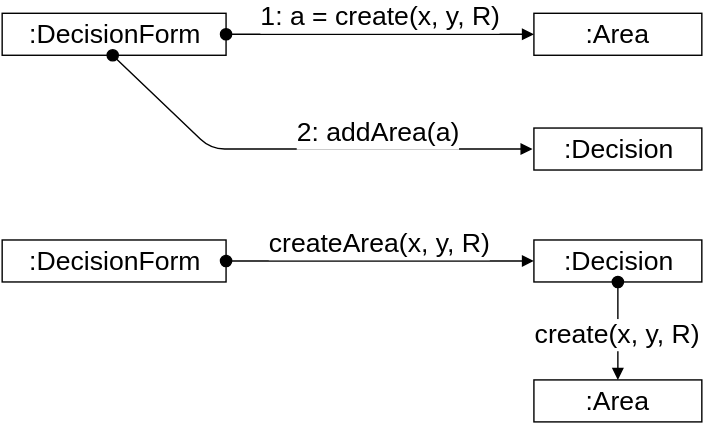
epquick/oop-slides keeps this draw.io diagram as pictures/AstroCrowd-low-coupling.svg. Above is the earlier version. Source tidied: cells renumbered, new cells last; positions are measured from the earlier drawing's top-left corner, leaving out a move shared by most shapes. The source it was exported from:
```xml
<mxGraphModel background="#ffffff">
  <root>
    <mxCell id="0" />
    <mxCell id="1" parent="0" />
    <mxCell id="2" value=":DecisionForm" style="whiteSpace=wrap;html=1;strokeColor=#000000;fontSize=19;fontColor=#000000;" parent="1" vertex="1">
      <mxGeometry width="160" height="30" as="geometry" />
    </mxCell>
    <mxCell id="3" value="1: a = create(x, y, R)" style="html=1;verticalAlign=bottom;startArrow=oval;endArrow=block;startSize=8;strokeColor=#000000;fontSize=19;fontColor=#000000;entryX=0;entryY=0.5;exitX=1;exitY=0.5;" parent="1" edge="1" source="2" target="5">
      <mxGeometry x="385" y="495" as="geometry" />
    </mxCell>
    <mxCell id="4" value=":Decision" style="whiteSpace=wrap;html=1;strokeColor=#000000;fontSize=19;fontColor=#000000;" parent="1" vertex="1">
      <mxGeometry x="380" y="82" width="120" height="30" as="geometry" />
    </mxCell>
    <mxCell id="5" value=":Area" style="whiteSpace=wrap;html=1;strokeColor=#000000;fontSize=19;fontColor=#000000;" parent="1" vertex="1">
      <mxGeometry x="380" width="120" height="30" as="geometry" />
    </mxCell>
    <mxCell id="6" value="2: addArea(a)" style="html=1;verticalAlign=bottom;startArrow=oval;endArrow=block;startSize=8;strokeColor=#000000;fontSize=19;fontColor=#000000;entryX=0;entryY=0.5;exitX=0.5;exitY=1;" parent="1" edge="1">
      <mxGeometry x="-1" as="geometry">
        <mxPoint x="79" y="30" as="sourcePoint" />
        <mxPoint x="379" y="97" as="targetPoint" />
        <Array as="points">
          <mxPoint x="149" y="97" />
        </Array>
        <mxPoint x="40" y="34" as="offset" />
      </mxGeometry>
    </mxCell>
    <mxCell id="7" value=":DecisionForm" style="whiteSpace=wrap;html=1;strokeColor=#000000;fontSize=19;fontColor=#000000;" parent="1" vertex="1">
      <mxGeometry y="162" width="160" height="30" as="geometry" />
    </mxCell>
    <mxCell id="8" value=":Decision" style="whiteSpace=wrap;html=1;strokeColor=#000000;fontSize=19;fontColor=#000000;" parent="1" vertex="1">
      <mxGeometry x="380" y="162" width="120" height="30" as="geometry" />
    </mxCell>
    <mxCell id="9" value="createArea(x, y, R)" style="html=1;verticalAlign=bottom;startArrow=oval;endArrow=block;startSize=8;strokeColor=#000000;fontSize=19;fontColor=#000000;entryX=0;entryY=0.5;exitX=1;exitY=0.5;" parent="1" edge="1" source="7" target="8">
      <mxGeometry x="408" y="682" as="geometry" />
    </mxCell>
    <mxCell id="10" value=":Area" style="whiteSpace=wrap;html=1;strokeColor=#000000;fontSize=19;fontColor=#000000;" parent="1" vertex="1">
      <mxGeometry x="380" y="262" width="120" height="30" as="geometry" />
    </mxCell>
    <mxCell id="11" value="create(x, y, R)" style="html=1;verticalAlign=bottom;startArrow=oval;endArrow=block;startSize=8;strokeColor=#000000;fontSize=19;fontColor=#000000;entryX=0.5;entryY=0;exitX=0.5;exitY=1;" parent="1" edge="1" source="8" target="10">
      <mxGeometry as="geometry">
        <mxPoint y="15" as="offset" />
      </mxGeometry>
    </mxCell>
  </root>
</mxGraphModel>
```
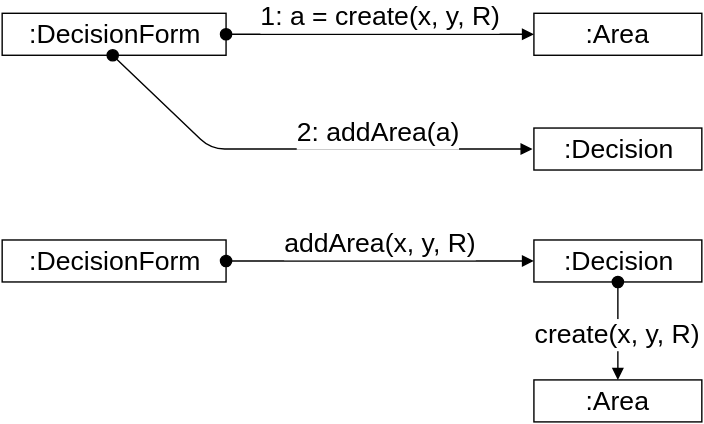
After the change.

Change to the diagram source:
```diff
@@ -30,7 +30,7 @@
     <mxCell id="8" value=":Decision" style="whiteSpace=wrap;html=1;strokeColor=#000000;fontSize=19;fontColor=#000000;" parent="1" vertex="1">
       <mxGeometry x="380" y="162" width="120" height="30" as="geometry" />
     </mxCell>
-    <mxCell id="9" value="createArea(x, y, R)" style="html=1;verticalAlign=bottom;startArrow=oval;endArrow=block;startSize=8;strokeColor=#000000;fontSize=19;fontColor=#000000;entryX=0;entryY=0.5;exitX=1;exitY=0.5;" parent="1" edge="1" source="7" target="8">
+    <mxCell id="9" value="addArea(x, y, R)" style="html=1;verticalAlign=bottom;startArrow=oval;endArrow=block;startSize=8;strokeColor=#000000;fontSize=19;fontColor=#000000;entryX=0;entryY=0.5;exitX=1;exitY=0.5;" parent="1" edge="1" source="7" target="8">
       <mxGeometry x="408" y="682" as="geometry" />
     </mxCell>
     <mxCell id="10" value=":Area" style="whiteSpace=wrap;html=1;strokeColor=#000000;fontSize=19;fontColor=#000000;" parent="1" vertex="1">
```
